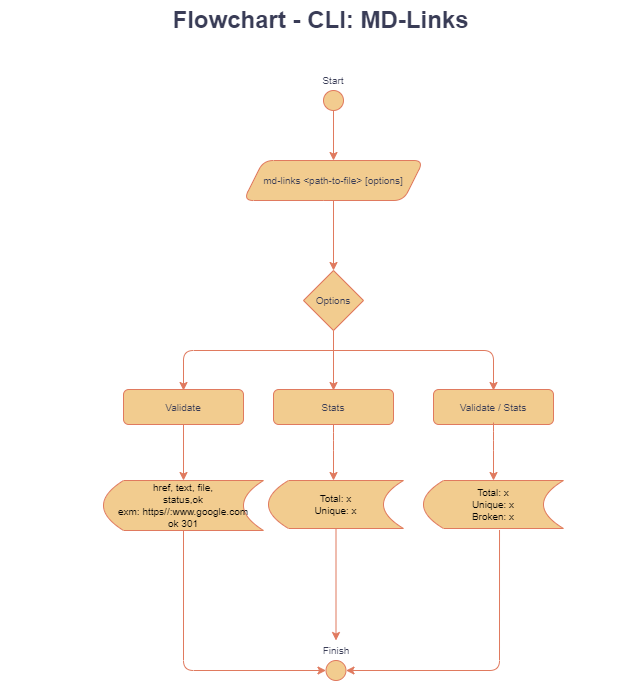
Above: CLI Diagrama_de_flujo.drawio.png in Laboratoria/LIM17-md-links (draw.io), before the change. Source tidied: cells renumbered, new cells last; positions are measured from the earlier drawing's top-left corner, leaving out a move shared by most shapes.
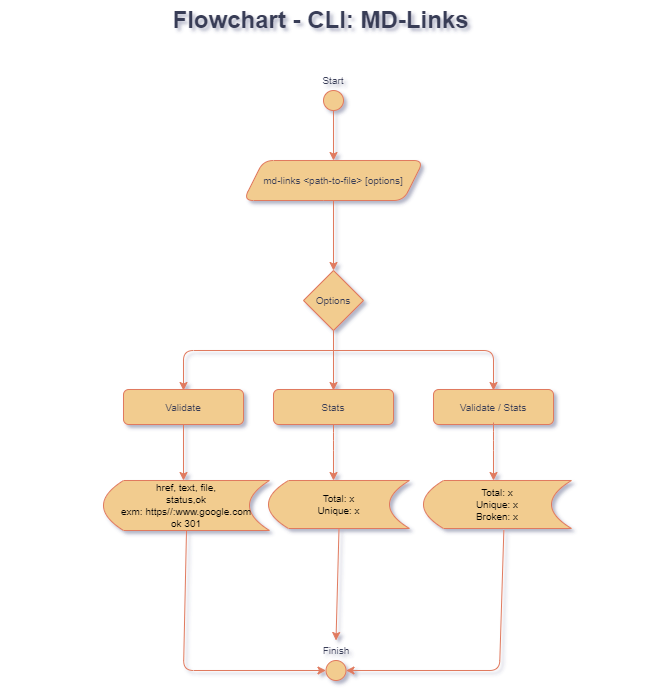
Above is the later version.

Diff of the diagram source:
```diff
@@ -1,4 +1,4 @@
-<mxGraphModel>
+<mxGraphModel background="#FFFFFF" shadow="1">
   <root>
     <mxCell id="0" />
     <mxCell id="1" parent="0" />
@@ -53,7 +53,7 @@
       </mxGeometry>
     </mxCell>
     <mxCell id="12" value="&lt;span style=&quot;color: rgb(2, 2, 3); text-align: left;&quot;&gt;href, text, file,&lt;br&gt;&lt;/span&gt;&lt;span style=&quot;color: rgb(2, 2, 3); text-align: left;&quot;&gt;status,ok&lt;br&gt;exm: https//:www.google.com&lt;br&gt;ok 301&lt;br&gt;&lt;/span&gt;" style="shape=dataStorage;whiteSpace=wrap;html=1;fixedSize=1;fontSize=10;fillColor=#F2CC8F;strokeColor=#E07A5F;fontColor=#393C56;" parent="1" vertex="1">
-      <mxGeometry x="103" y="480" width="160" height="50" as="geometry" />
+      <mxGeometry x="103" y="480" width="166" height="50" as="geometry" />
     </mxCell>
     <mxCell id="13" value="Validate" style="rounded=1;whiteSpace=wrap;html=1;fontSize=10;fillColor=#F2CC8F;strokeColor=#E07A5F;fontColor=#393C56;" parent="1" vertex="1">
       <mxGeometry x="123" y="389" width="120" height="35" as="geometry" />
@@ -70,7 +70,7 @@
       </mxGeometry>
     </mxCell>
     <mxCell id="16" value="&lt;span style=&quot;color: rgb(2, 2, 3); text-align: left;&quot;&gt;Total: x&lt;br&gt;Unique: x&lt;br&gt;&lt;/span&gt;" style="shape=dataStorage;whiteSpace=wrap;html=1;fixedSize=1;fontSize=10;fillColor=#F2CC8F;strokeColor=#E07A5F;fontColor=#393C56;" parent="1" vertex="1">
-      <mxGeometry x="268" y="480" width="135" height="48" as="geometry" />
+      <mxGeometry x="268" y="480" width="141" height="48" as="geometry" />
     </mxCell>
     <mxCell id="17" value="Validate / Stats" style="rounded=1;whiteSpace=wrap;html=1;fontSize=10;fillColor=#F2CC8F;strokeColor=#E07A5F;fontColor=#393C56;" parent="1" vertex="1">
       <mxGeometry x="433" y="389" width="120" height="35" as="geometry" />
@@ -85,7 +85,7 @@
       </mxGeometry>
     </mxCell>
     <mxCell id="19" value="&lt;span style=&quot;color: rgb(2, 2, 3); text-align: left;&quot;&gt;Total: x&lt;br&gt;Unique: x&lt;br&gt;Broken: x&lt;br&gt;&lt;/span&gt;" style="shape=dataStorage;whiteSpace=wrap;html=1;fixedSize=1;fontSize=10;fillColor=#F2CC8F;strokeColor=#E07A5F;fontColor=#393C56;" parent="1" vertex="1">
-      <mxGeometry x="423" y="480" width="140" height="48" as="geometry" />
+      <mxGeometry x="423" y="480" width="148" height="48" as="geometry" />
     </mxCell>
     <mxCell id="20" style="endArrow=classic;html=1;rounded=1;fontSize=10;exitX=0.5;exitY=1;exitDx=0;exitDy=0;labelBackgroundColor=#F4F1DE;strokeColor=#E07A5F;fontColor=#393C56;" parent="1" edge="1" source="13">
       <mxGeometry relative="1" as="geometry">
```
